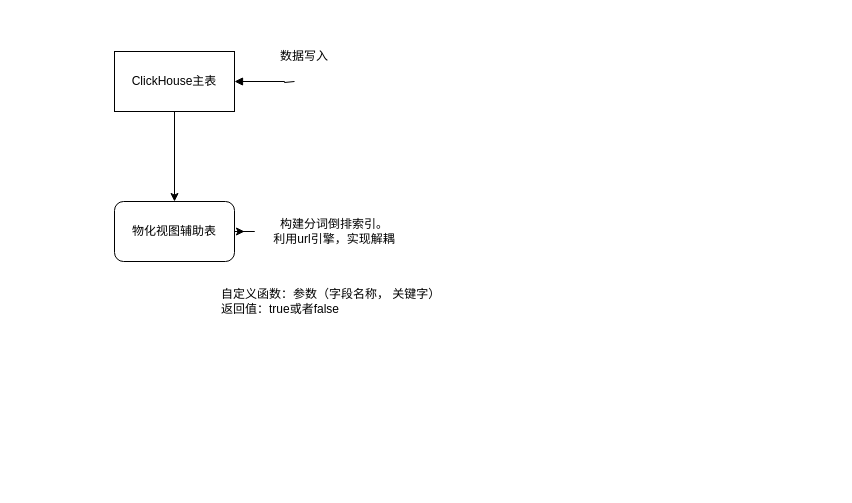
This is page "第 3 页" (3 of 3) of dame2024/zl.drawio from zcw5116/drawIO, a draw.io file, before an edit. Source tidied: cells renumbered, new cells numbered last; positions are measured from the earlier drawing's top-left corner, leaving out a move shared by most shapes. Both pictures are drawn from the tidied source at 100%, with x=0, y=0 at pixel (114, 41).
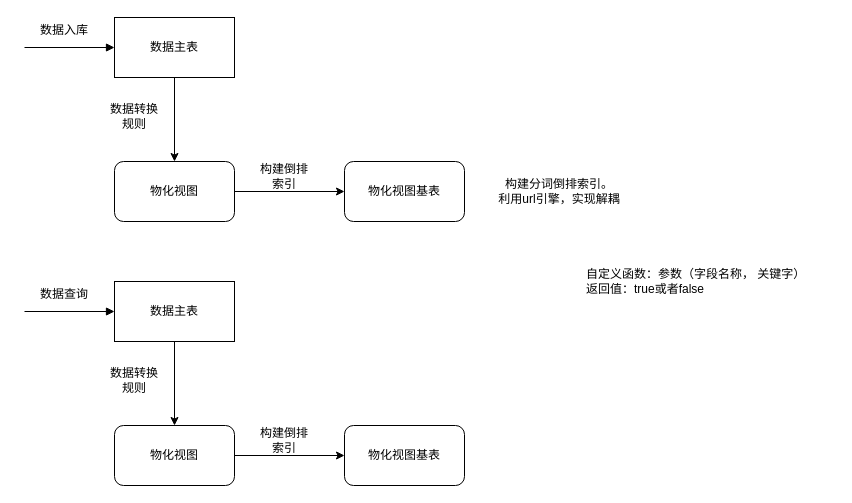
Above is the later version.

What changed in the source:
```diff
@@
-    <mxCell id="3" style="edgeStyle=orthogonalEdgeStyle;rounded=0;jettySize=auto;html=1;startArrow=block;startFill=1;endArrow=none;endFill=0;" parent="1" edge="1" source="4">
-      <mxGeometry relative="1" as="geometry">
-        <mxPoint x="180" y="40" as="targetPoint" />
-        <Array as="points">
-          <mxPoint x="170" y="40" />
-          <mxPoint x="170" y="41" />
-        </Array>
-      </mxGeometry>
-    </mxCell>
+    <mxCell id="10" style="edgeStyle=orthogonalEdgeStyle;rounded=0;jettySize=auto;html=1;startArrow=block;startFill=1;endArrow=none;endFill=0;" parent="1" edge="1" source="4">
+      <mxGeometry relative="1" as="geometry">
+        <mxPoint x="-90" y="6" as="targetPoint" />
+      </mxGeometry>
+    </mxCell>
-    <mxCell id="4" value="ClickHouse主表" style="rounded=0;whiteSpace=wrap;html=1;" parent="1" vertex="1">
-      <mxGeometry y="10" width="120" height="60" as="geometry" />
+    <mxCell id="4" value="数据主表" style="rounded=0;whiteSpace=wrap;html=1;" parent="1" vertex="1">
+      <mxGeometry y="-24" width="120" height="60" as="geometry" />
     </mxCell>
-    <mxCell id="5" style="edgeStyle=orthogonalEdgeStyle;rounded=0;jettySize=auto;html=1;" parent="1" edge="1" source="6" target="8">
-      <mxGeometry relative="1" as="geometry" />
-    </mxCell>
+    <mxCell id="11" style="edgeStyle=orthogonalEdgeStyle;rounded=0;jettySize=auto;html=1;" parent="1" edge="1" source="6" target="12">
+      <mxGeometry relative="1" as="geometry" />
+    </mxCell>
-    <mxCell id="6" value="物化视图辅助表" style="rounded=1;whiteSpace=wrap;html=1;" parent="1" vertex="1">
-      <mxGeometry y="160" width="120" height="60" as="geometry" />
+    <mxCell id="6" value="物化视图" style="rounded=1;whiteSpace=wrap;html=1;" parent="1" vertex="1">
+      <mxGeometry y="120" width="120" height="60" as="geometry" />
     </mxCell>
-    <mxCell id="7" value="数据写入" style="text;html=1;align=center;verticalAlign=middle;whiteSpace=wrap;rounded=0;" parent="1" vertex="1">
-      <mxGeometry x="160" width="60" height="30" as="geometry" />
-    </mxCell>
     <mxCell id="8" value="构建分词倒排索引。&lt;div&gt;利用url引擎，实现解耦&lt;/div&gt;" style="text;html=1;align=center;verticalAlign=middle;whiteSpace=wrap;rounded=0;" parent="1" vertex="1">
-      <mxGeometry x="130" y="175" width="180" height="30" as="geometry" />
+      <mxGeometry x="380" y="135" width="130" height="30" as="geometry" />
     </mxCell>
     <mxCell id="9" value="自定义函数：参数（字段名称， 关键字）&lt;div&gt;返回值：true或者false&lt;/div&gt;" style="text;html=1;align=left;verticalAlign=middle;whiteSpace=wrap;rounded=0;" parent="1" vertex="1">
-      <mxGeometry x="105" y="230" width="250" height="60" as="geometry" />
+      <mxGeometry x="470" y="210" width="250" height="60" as="geometry" />
     </mxCell>
+    <mxCell id="12" value="物化视图基表" style="rounded=1;whiteSpace=wrap;html=1;" parent="1" vertex="1">
+      <mxGeometry x="230" y="120" width="120" height="60" as="geometry" />
+    </mxCell>
+    <mxCell id="13" value="数据入库" style="text;html=1;align=center;verticalAlign=middle;whiteSpace=wrap;rounded=0;" parent="1" vertex="1">
+      <mxGeometry x="-80" y="-23" width="60" height="24" as="geometry" />
+    </mxCell>
+    <mxCell id="14" value="数据转换规则" style="text;html=1;align=center;verticalAlign=middle;whiteSpace=wrap;rounded=0;" parent="1" vertex="1">
+      <mxGeometry x="-10" y="60" width="60" height="30" as="geometry" />
+    </mxCell>
+    <mxCell id="15" value="构建倒排索引" style="text;html=1;align=center;verticalAlign=middle;whiteSpace=wrap;rounded=0;" parent="1" vertex="1">
+      <mxGeometry x="140" y="120" width="60" height="30" as="geometry" />
+    </mxCell>
+    <mxCell id="16" style="edgeStyle=orthogonalEdgeStyle;rounded=0;jettySize=auto;html=1;" parent="1" edge="1" source="18" target="20">
+      <mxGeometry relative="1" as="geometry" />
+    </mxCell>
+    <mxCell id="17" style="edgeStyle=orthogonalEdgeStyle;rounded=0;jettySize=auto;html=1;startArrow=block;startFill=1;endArrow=none;endFill=0;" parent="1" edge="1" source="18">
+      <mxGeometry relative="1" as="geometry">
+        <mxPoint x="-90" y="270" as="targetPoint" />
+      </mxGeometry>
+    </mxCell>
+    <mxCell id="18" value="数据主表" style="rounded=0;whiteSpace=wrap;html=1;" parent="1" vertex="1">
+      <mxGeometry y="240" width="120" height="60" as="geometry" />
+    </mxCell>
+    <mxCell id="19" style="edgeStyle=orthogonalEdgeStyle;rounded=0;jettySize=auto;html=1;" parent="1" edge="1" source="20" target="21">
+      <mxGeometry relative="1" as="geometry" />
+    </mxCell>
+    <mxCell id="20" value="物化视图" style="rounded=1;whiteSpace=wrap;html=1;" parent="1" vertex="1">
+      <mxGeometry y="384" width="120" height="60" as="geometry" />
+    </mxCell>
+    <mxCell id="21" value="物化视图基表" style="rounded=1;whiteSpace=wrap;html=1;" parent="1" vertex="1">
+      <mxGeometry x="230" y="384" width="120" height="60" as="geometry" />
+    </mxCell>
+    <mxCell id="22" value="数据查询" style="text;html=1;align=center;verticalAlign=middle;whiteSpace=wrap;rounded=0;" parent="1" vertex="1">
+      <mxGeometry x="-80" y="241" width="60" height="24" as="geometry" />
+    </mxCell>
+    <mxCell id="23" value="数据转换规则" style="text;html=1;align=center;verticalAlign=middle;whiteSpace=wrap;rounded=0;" parent="1" vertex="1">
+      <mxGeometry x="-10" y="324" width="60" height="30" as="geometry" />
+    </mxCell>
+    <mxCell id="24" value="构建倒排索引" style="text;html=1;align=center;verticalAlign=middle;whiteSpace=wrap;rounded=0;" parent="1" vertex="1">
+      <mxGeometry x="140" y="384" width="60" height="30" as="geometry" />
+    </mxCell>
```
